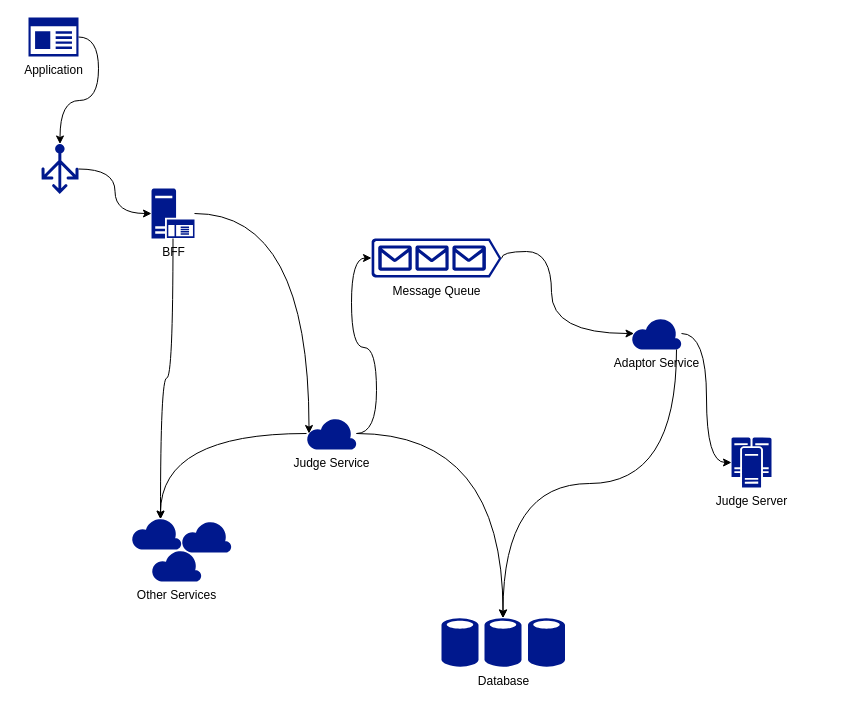
This is map/oj-architecture.drawio from msqtt/Sources, a draw.io file, before an edit. Source tidied: cells renumbered, new cells numbered last; positions are measured from the earlier drawing's top-left corner, leaving out a move shared by most shapes. Both pictures are drawn from the tidied source at 100%, with x=0, y=0 at pixel (28, 17).
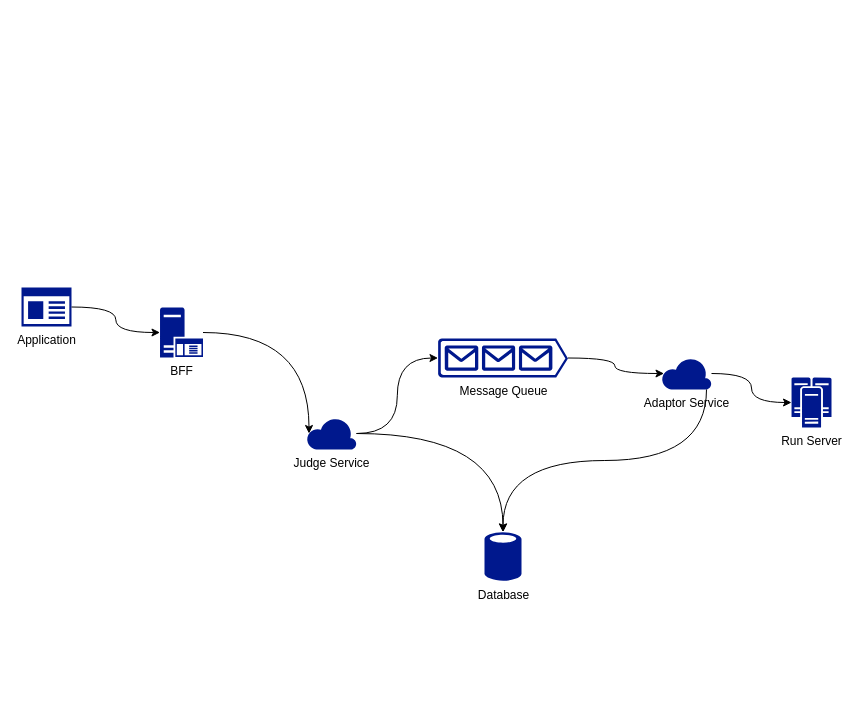
The same page after the edit.

Unchanged cells that the change refers to:
```xml
<mxCell id="4" value="Judge Service" style="sketch=0;shadow=0;dashed=0;html=1;strokeColor=none;labelPosition=center;verticalLabelPosition=bottom;verticalAlign=top;align=center;fillColor=#00188D;shape=mxgraph.azure.cloud;" parent="1" vertex="1">
  <mxGeometry x="278" y="400" width="50" height="32" as="geometry" />
</mxCell>
```

Change to the diagram source:
```diff
@@
     <mxCell id="2" value="Application" style="sketch=0;shadow=0;dashed=0;html=1;strokeColor=none;labelPosition=center;verticalLabelPosition=bottom;verticalAlign=top;align=center;fillColor=#00188D;shape=mxgraph.mscae.enterprise.app_generic;" parent="1" vertex="1">
-      <mxGeometry width="50" height="39" as="geometry" />
+      <mxGeometry x="-7" y="270" width="50" height="39" as="geometry" />
     </mxCell>
     <mxCell id="3" value="BFF" style="sketch=0;shadow=0;dashed=0;html=1;strokeColor=none;labelPosition=center;verticalLabelPosition=bottom;verticalAlign=top;align=center;fillColor=#00188D;shape=mxgraph.mscae.enterprise.application_server;" parent="1" vertex="1">
-      <mxGeometry x="123" y="171" width="43" height="50" as="geometry" />
+      <mxGeometry x="131.5" y="290" width="43" height="50" as="geometry" />
     </mxCell>
@@
-    <mxCell id="5" style="group;" parent="1" vertex="1">
-      <mxGeometry x="103" y="500" width="100" height="64" as="geometry" />
-    </mxCell>
-    <mxCell id="6" value="Other Services" style="sketch=0;shadow=0;dashed=0;html=1;strokeColor=none;labelPosition=center;verticalLabelPosition=bottom;verticalAlign=top;align=center;fillColor=#00188D;shape=mxgraph.azure.cloud;" parent="5" vertex="1">
-      <mxGeometry x="20" y="32" width="50" height="32" as="geometry" />
-    </mxCell>
-    <mxCell id="7" style="sketch=0;shadow=0;dashed=0;html=1;strokeColor=none;labelPosition=center;verticalLabelPosition=bottom;verticalAlign=top;align=center;fillColor=#00188D;shape=mxgraph.azure.cloud;" parent="5" vertex="1">
-      <mxGeometry x="50" y="3" width="50" height="32" as="geometry" />
-    </mxCell>
-    <mxCell id="8" style="sketch=0;shadow=0;dashed=0;html=1;strokeColor=none;labelPosition=center;verticalLabelPosition=bottom;verticalAlign=top;align=center;fillColor=#00188D;shape=mxgraph.azure.cloud;" parent="5" vertex="1">
-      <mxGeometry width="50" height="32" as="geometry" />
-    </mxCell>
     <mxCell id="9" value="Adaptor Service" style="sketch=0;shadow=0;dashed=0;html=1;strokeColor=none;labelPosition=center;verticalLabelPosition=bottom;verticalAlign=top;align=center;fillColor=#00188D;shape=mxgraph.azure.cloud;" parent="1" vertex="1">
-      <mxGeometry x="603" y="300" width="50" height="32" as="geometry" />
+      <mxGeometry x="633" y="340" width="50" height="32" as="geometry" />
     </mxCell>
-    <mxCell id="10" value="Judge Server" style="sketch=0;shadow=0;dashed=0;html=1;strokeColor=none;labelPosition=center;verticalLabelPosition=bottom;verticalAlign=top;align=center;fillColor=#00188D;shape=mxgraph.mscae.enterprise.cluster_server;" parent="1" vertex="1">
-      <mxGeometry x="703" y="420" width="40" height="50" as="geometry" />
+    <mxCell id="10" value="Run Server" style="sketch=0;shadow=0;dashed=0;html=1;strokeColor=none;labelPosition=center;verticalLabelPosition=bottom;verticalAlign=top;align=center;fillColor=#00188D;shape=mxgraph.mscae.enterprise.cluster_server;" parent="1" vertex="1">
+      <mxGeometry x="763" y="360" width="40" height="50" as="geometry" />
     </mxCell>
-    <mxCell id="11" style="group;" parent="1" vertex="1">
-      <mxGeometry x="413" y="600" width="123.5" height="50" as="geometry" />
-    </mxCell>
-    <mxCell id="12" style="sketch=0;shadow=0;dashed=0;html=1;strokeColor=none;labelPosition=center;verticalLabelPosition=bottom;verticalAlign=top;align=center;fillColor=#00188D;shape=mxgraph.mscae.enterprise.database_generic;" parent="11" vertex="1">
-      <mxGeometry x="86.5" width="37" height="50" as="geometry" />
-    </mxCell>
-    <mxCell id="13" style="sketch=0;shadow=0;dashed=0;html=1;strokeColor=none;labelPosition=center;verticalLabelPosition=bottom;verticalAlign=top;align=center;fillColor=#00188D;shape=mxgraph.mscae.enterprise.database_generic;" parent="11" vertex="1">
-      <mxGeometry width="37" height="50" as="geometry" />
-    </mxCell>
-    <mxCell id="14" value="&lt;div&gt;Database&lt;/div&gt;&lt;div&gt;&lt;br&gt;&lt;/div&gt;" style="sketch=0;shadow=0;dashed=0;html=1;strokeColor=none;labelPosition=center;verticalLabelPosition=bottom;verticalAlign=top;align=center;fillColor=#00188D;shape=mxgraph.mscae.enterprise.database_generic;" parent="11" vertex="1">
-      <mxGeometry x="43" width="37" height="50" as="geometry" />
-    </mxCell>
-    <mxCell id="15" style="sketch=0;shadow=0;dashed=0;html=1;strokeColor=none;labelPosition=center;verticalLabelPosition=bottom;verticalAlign=top;align=center;fillColor=#00188D;shape=mxgraph.azure.load_balancer_generic;" parent="1" vertex="1">
-      <mxGeometry x="13" y="126.5" width="37" height="50" as="geometry" />
-    </mxCell>
-    <mxCell id="16" style="edgeStyle=orthogonalEdgeStyle;rounded=0;jettySize=auto;html=1;entryX=0.5;entryY=0;entryDx=0;entryDy=0;entryPerimeter=0;exitX=1;exitY=0.5;exitDx=0;exitDy=0;exitPerimeter=0;curved=1;" parent="1" edge="1" source="2" target="15">
-      <mxGeometry relative="1" as="geometry">
-        <Array as="points">
-          <mxPoint x="70" y="19" />
-          <mxPoint x="70" y="83" />
-          <mxPoint x="31" y="83" />
-        </Array>
-      </mxGeometry>
-    </mxCell>
-    <mxCell id="17" style="edgeStyle=orthogonalEdgeStyle;rounded=0;jettySize=auto;html=1;entryX=0;entryY=0.5;entryDx=0;entryDy=0;entryPerimeter=0;curved=1;" parent="1" edge="1" source="15" target="3">
+    <mxCell id="17" style="edgeStyle=orthogonalEdgeStyle;rounded=0;jettySize=auto;html=1;entryX=0;entryY=0.5;entryDx=0;entryDy=0;entryPerimeter=0;curved=1;exitX=1;exitY=0.5;exitDx=0;exitDy=0;exitPerimeter=0;" parent="1" edge="1" source="2" target="3">
       <mxGeometry relative="1" as="geometry" />
     </mxCell>
@@
     <mxCell id="19" value="Message Queue" style="sketch=0;shadow=0;dashed=0;html=1;strokeColor=none;labelPosition=center;verticalLabelPosition=bottom;verticalAlign=top;align=center;fillColor=#00188D;shape=mxgraph.azure.queue_generic;" parent="1" vertex="1">
-      <mxGeometry x="343" y="221" width="130" height="39" as="geometry" />
+      <mxGeometry x="409.5" y="321" width="130" height="39" as="geometry" />
     </mxCell>
@@
-    <mxCell id="22" style="edgeStyle=orthogonalEdgeStyle;rounded=0;jettySize=auto;html=1;entryX=0.05;entryY=0.5;entryDx=0;entryDy=0;entryPerimeter=0;curved=1;exitX=1;exitY=0.51;exitDx=0;exitDy=0;exitPerimeter=0;" parent="1" edge="1" source="19" target="9">
-      <mxGeometry relative="1" as="geometry">
-        <Array as="points">
-          <mxPoint x="523" y="234" />
-        </Array>
-      </mxGeometry>
-    </mxCell>
@@
-    <mxCell id="25" style="edgeStyle=orthogonalEdgeStyle;rounded=0;jettySize=auto;html=1;entryX=0.58;entryY=0.05;entryDx=0;entryDy=0;entryPerimeter=0;curved=1;" parent="1" edge="1" source="3" target="8">
-      <mxGeometry relative="1" as="geometry" />
-    </mxCell>
-    <mxCell id="26" style="edgeStyle=orthogonalEdgeStyle;rounded=0;jettySize=auto;html=1;entryX=0.58;entryY=0.05;entryDx=0;entryDy=0;entryPerimeter=0;curved=1;" parent="1" edge="1" source="4" target="8">
-      <mxGeometry relative="1" as="geometry" />
-    </mxCell>
+    <mxCell id="14" value="&lt;div&gt;Database&lt;/div&gt;&lt;div&gt;&lt;br&gt;&lt;/div&gt;" style="sketch=0;shadow=0;dashed=0;html=1;strokeColor=none;labelPosition=center;verticalLabelPosition=bottom;verticalAlign=top;align=center;fillColor=#00188D;shape=mxgraph.mscae.enterprise.database_generic;" parent="1" vertex="1">
+      <mxGeometry x="456" y="514" width="37" height="50" as="geometry" />
+    </mxCell>
+    <mxCell id="22" style="edgeStyle=orthogonalEdgeStyle;rounded=0;jettySize=auto;html=1;entryX=0.05;entryY=0.5;entryDx=0;entryDy=0;entryPerimeter=0;curved=1;" parent="1" edge="1" source="19" target="9">
+      <mxGeometry relative="1" as="geometry" />
+    </mxCell>
```
